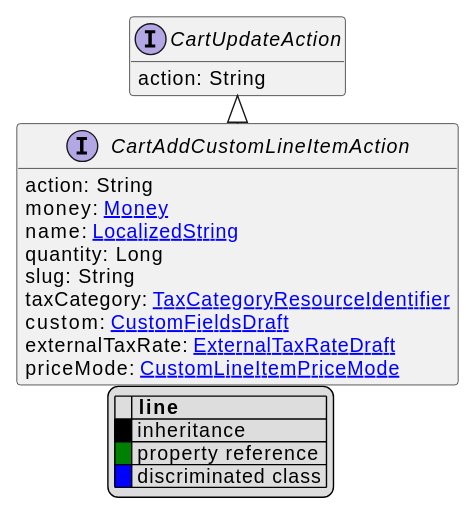
Above: uml/api/svg/CartAddCustomLineItemAction.svg in commercetools/commercetools-api-reference (PlantUML), before the change.
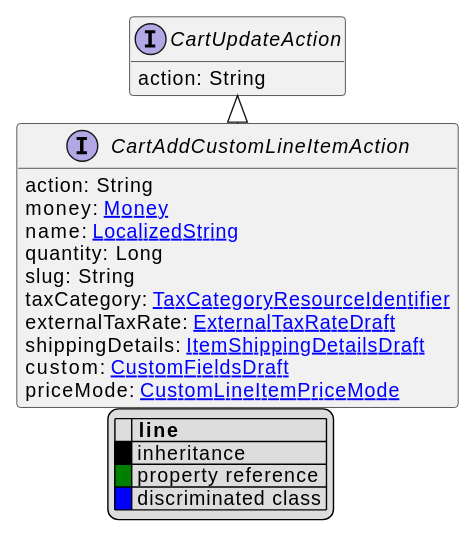
The same diagram one commit later.

Change to the diagram source:
```diff
@@ -15,8 +15,9 @@
     quantity: Long
     slug: String
     taxCategory: [[TaxCategoryResourceIdentifier.svg TaxCategoryResourceIdentifier]]
+    externalTaxRate: [[ExternalTaxRateDraft.svg ExternalTaxRateDraft]]
+    shippingDetails: [[ItemShippingDetailsDraft.svg ItemShippingDetailsDraft]]
     custom: [[CustomFieldsDraft.svg CustomFieldsDraft]]
-    externalTaxRate: [[ExternalTaxRateDraft.svg ExternalTaxRateDraft]]
     priceMode: [[CustomLineItemPriceMode.svg CustomLineItemPriceMode]]
 }
 interface CartUpdateAction [[CartUpdateAction.svg]]  {
```
